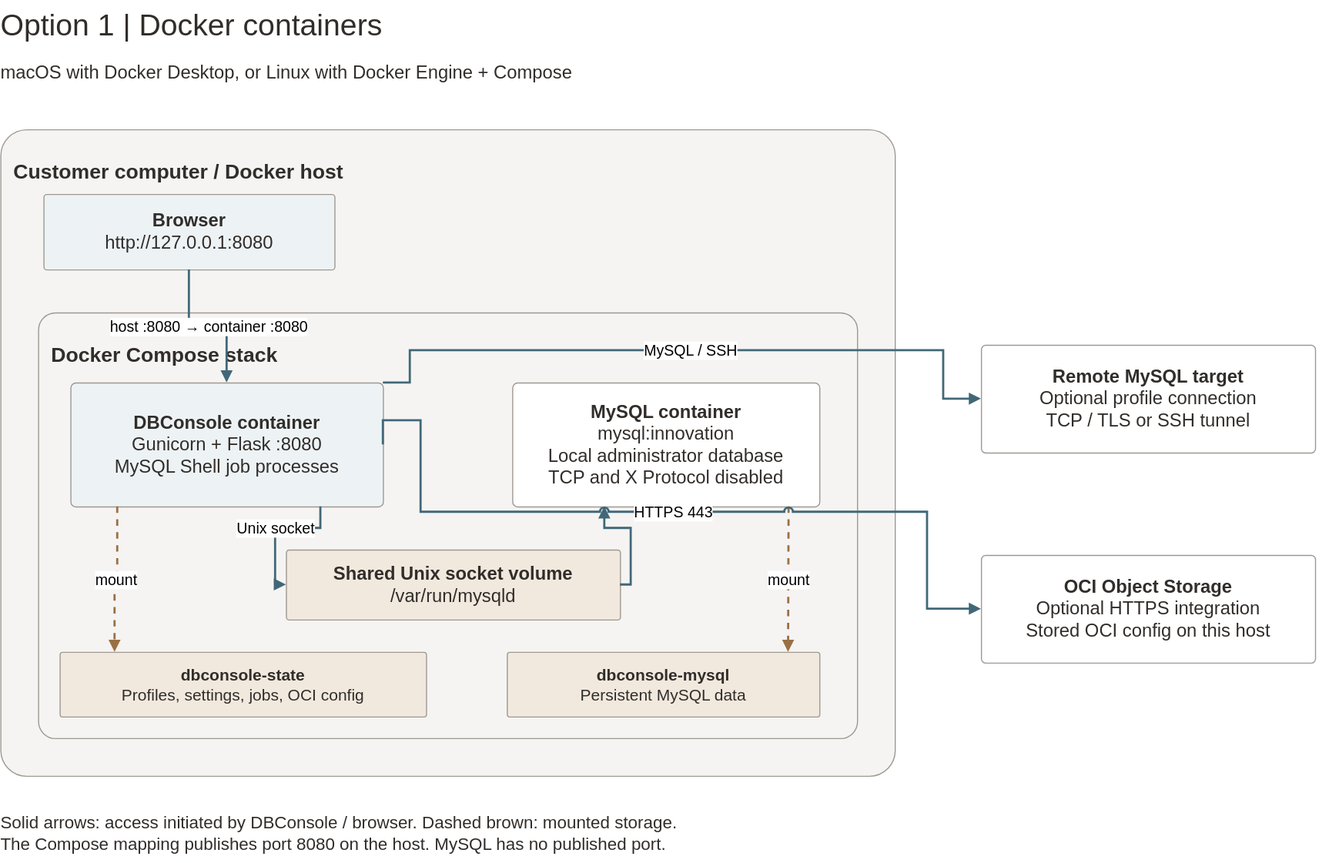
ivanxma/mysqlconsole keeps this draw.io diagram as docs/diagrams/architecture-docker.svg. Above is the earlier version. Source tidied: cells renumbered, new cells last; positions are measured from the earlier drawing's top-left corner, leaving out a move shared by most shapes. Source of this version:
```xml
<mxGraphModel background="#ffffff">
  <root>
    <mxCell id="0" />
    <mxCell id="1" parent="0" />
    <mxCell id="2" value="Option 1  |  Docker containers" style="rounded=1;arcSize=4;whiteSpace=wrap;html=1;fontFamily=Helvetica;fontSize=17;fontColor=#312D2A;fillColor=#FFFFFF;strokeColor=#9E9892;spacing=12;fillColor=none;strokeColor=none;align=left;spacing=0;fontSize=28;" parent="1" vertex="1">
      <mxGeometry width="1240" height="45" as="geometry" />
    </mxCell>
    <mxCell id="3" value="macOS with Docker Desktop, or Linux with Docker Engine + Compose" style="rounded=1;arcSize=4;whiteSpace=wrap;html=1;fontFamily=Helvetica;fontSize=17;fontColor=#312D2A;fillColor=#FFFFFF;strokeColor=#9E9892;spacing=12;fillColor=none;strokeColor=none;align=left;spacing=0;fontSize=17;" parent="1" vertex="1">
      <mxGeometry y="50" width="1240" height="35" as="geometry" />
    </mxCell>
    <mxCell id="4" value="&lt;b&gt;Customer computer / Docker host&lt;/b&gt;" style="rounded=1;arcSize=4;whiteSpace=wrap;html=1;fontFamily=Helvetica;fontSize=17;fontColor=#312D2A;fillColor=#FFFFFF;strokeColor=#9E9892;spacing=12;fillColor=#F5F4F2;verticalAlign=top;align=left;spacingTop=12;fontSize=19;" parent="1" vertex="1">
      <mxGeometry y="120" width="830" height="600" as="geometry" />
    </mxCell>
    <mxCell id="5" value="&lt;b&gt;Browser&lt;/b&gt;&lt;br&gt;http://127.0.0.1:8080" style="rounded=1;arcSize=4;whiteSpace=wrap;html=1;fontFamily=Helvetica;fontSize=17;fontColor=#312D2A;fillColor=#FFFFFF;strokeColor=#9E9892;spacing=12;fillColor=#EDF3F5;" parent="4" vertex="1">
      <mxGeometry x="40" y="60" width="270" height="70" as="geometry" />
    </mxCell>
    <mxCell id="6" value="&lt;b&gt;Docker Compose stack&lt;/b&gt;" style="rounded=1;arcSize=4;whiteSpace=wrap;html=1;fontFamily=Helvetica;fontSize=17;fontColor=#312D2A;fillColor=#FFFFFF;strokeColor=#9E9892;spacing=12;fillColor=#F5F4F2;verticalAlign=top;align=left;spacingTop=12;fontSize=19;" parent="4" vertex="1">
      <mxGeometry x="35" y="170" width="760" height="395" as="geometry" />
    </mxCell>
    <mxCell id="7" value="&lt;b&gt;DBConsole container&lt;/b&gt;&lt;br&gt;Gunicorn + Flask :8080&lt;br&gt;MySQL Shell job processes" style="rounded=1;arcSize=4;whiteSpace=wrap;html=1;fontFamily=Helvetica;fontSize=17;fontColor=#312D2A;fillColor=#FFFFFF;strokeColor=#9E9892;spacing=12;fillColor=#EDF3F5;" parent="6" vertex="1">
      <mxGeometry x="30" y="65" width="290" height="115" as="geometry" />
    </mxCell>
    <mxCell id="8" value="&lt;b&gt;MySQL container&lt;/b&gt;&lt;br&gt;mysql:innovation&lt;br&gt;Local administrator database&lt;br&gt;TCP and X Protocol disabled" style="rounded=1;arcSize=4;whiteSpace=wrap;html=1;fontFamily=Helvetica;fontSize=17;fontColor=#312D2A;fillColor=#FFFFFF;strokeColor=#9E9892;spacing=12;" parent="6" vertex="1">
      <mxGeometry x="440" y="65" width="285" height="115" as="geometry" />
    </mxCell>
    <mxCell id="9" value="&lt;b&gt;Shared Unix socket volume&lt;/b&gt;&lt;br&gt;/var/run/mysqld" style="rounded=1;arcSize=4;whiteSpace=wrap;html=1;fontFamily=Helvetica;fontSize=17;fontColor=#312D2A;fillColor=#FFFFFF;strokeColor=#9E9892;spacing=12;fillColor=#F1E9DE;" parent="6" vertex="1">
      <mxGeometry x="230" y="220" width="310" height="65" as="geometry" />
    </mxCell>
    <mxCell id="10" value="&lt;b&gt;dbconsole-state&lt;/b&gt;&lt;br&gt;Profiles, settings, jobs, OCI config" style="rounded=1;arcSize=4;whiteSpace=wrap;html=1;fontFamily=Helvetica;fontSize=17;fontColor=#312D2A;fillColor=#FFFFFF;strokeColor=#9E9892;spacing=12;fillColor=#F1E9DE;fontSize=15;" parent="6" vertex="1">
      <mxGeometry x="20" y="315" width="340" height="60" as="geometry" />
    </mxCell>
    <mxCell id="11" value="&lt;b&gt;dbconsole-mysql&lt;/b&gt;&lt;br&gt;Persistent MySQL data" style="rounded=1;arcSize=4;whiteSpace=wrap;html=1;fontFamily=Helvetica;fontSize=17;fontColor=#312D2A;fillColor=#FFFFFF;strokeColor=#9E9892;spacing=12;fillColor=#F1E9DE;fontSize=15;" parent="6" vertex="1">
      <mxGeometry x="435" y="315" width="290" height="60" as="geometry" />
    </mxCell>
    <mxCell id="12" value="&lt;b&gt;Remote MySQL target&lt;/b&gt;&lt;br&gt;Optional profile connection&lt;br&gt;TCP / TLS or SSH tunnel" style="rounded=1;arcSize=4;whiteSpace=wrap;html=1;fontFamily=Helvetica;fontSize=17;fontColor=#312D2A;fillColor=#FFFFFF;strokeColor=#9E9892;spacing=12;" parent="1" vertex="1">
      <mxGeometry x="910" y="320" width="310" height="100" as="geometry" />
    </mxCell>
    <mxCell id="13" value="&lt;b&gt;OCI Object Storage&lt;/b&gt;&lt;br&gt;Optional HTTPS integration&lt;br&gt;Stored OCI config on this host" style="rounded=1;arcSize=4;whiteSpace=wrap;html=1;fontFamily=Helvetica;fontSize=17;fontColor=#312D2A;fillColor=#FFFFFF;strokeColor=#9E9892;spacing=12;" parent="1" vertex="1">
      <mxGeometry x="910" y="515" width="310" height="100" as="geometry" />
    </mxCell>
    <mxCell id="14" value="host :8080 → container :8080" style="edgeStyle=orthogonalEdgeStyle;rounded=0;jumpStyle=arc;html=1;endArrow=block;strokeWidth=2;strokeColor=#416878;fontFamily=Helvetica;fontSize=14;labelBackgroundColor=#FFFFFF;exitX=0.5;exitY=1;entryX=0.5;entryY=0;" parent="1" edge="1" source="5" target="7">
      <mxGeometry relative="1" as="geometry" />
    </mxCell>
    <mxCell id="15" value="Unix socket" style="edgeStyle=orthogonalEdgeStyle;rounded=0;jumpStyle=arc;html=1;endArrow=block;strokeWidth=2;strokeColor=#416878;fontFamily=Helvetica;fontSize=14;labelBackgroundColor=#FFFFFF;exitX=0.8;exitY=1;entryX=0;entryY=0.5;" parent="1" edge="1" source="7" target="9">
      <mxGeometry relative="1" as="geometry" />
    </mxCell>
    <mxCell id="16" style="edgeStyle=orthogonalEdgeStyle;rounded=0;jumpStyle=arc;html=1;endArrow=block;strokeWidth=2;strokeColor=#416878;fontFamily=Helvetica;fontSize=14;labelBackgroundColor=#FFFFFF;exitX=1;exitY=0.5;entryX=0.3;entryY=1;" parent="1" edge="1" source="9" target="8">
      <mxGeometry relative="1" as="geometry" />
    </mxCell>
    <mxCell id="17" value="mount" style="edgeStyle=orthogonalEdgeStyle;rounded=0;jumpStyle=arc;html=1;endArrow=block;strokeWidth=2;strokeColor=#416878;fontFamily=Helvetica;fontSize=14;labelBackgroundColor=#FFFFFF;dashed=1;strokeColor=#9A7045;exitX=0.15;exitY=1;entryX=0.15;entryY=0;" parent="1" edge="1" source="7" target="10">
      <mxGeometry relative="1" as="geometry" />
    </mxCell>
    <mxCell id="18" value="mount" style="edgeStyle=orthogonalEdgeStyle;rounded=0;jumpStyle=arc;html=1;endArrow=block;strokeWidth=2;strokeColor=#416878;fontFamily=Helvetica;fontSize=14;labelBackgroundColor=#FFFFFF;dashed=1;strokeColor=#9A7045;exitX=0.9;exitY=1;entryX=0.9;entryY=0;" parent="1" edge="1" source="8" target="11">
      <mxGeometry relative="1" as="geometry" />
    </mxCell>
    <mxCell id="19" value="MySQL / SSH" style="edgeStyle=orthogonalEdgeStyle;rounded=0;jumpStyle=arc;html=1;endArrow=block;strokeWidth=2;strokeColor=#416878;fontFamily=Helvetica;fontSize=14;labelBackgroundColor=#FFFFFF;exitX=1;exitY=0;entryX=0;entryY=0.5;" parent="1" edge="1" source="7" target="12">
      <mxGeometry relative="1" as="geometry">
        <Array as="points">
          <mxPoint x="380" y="325" />
          <mxPoint x="875" y="325" />
          <mxPoint x="875" y="370" />
        </Array>
      </mxGeometry>
    </mxCell>
    <mxCell id="20" value="HTTPS 443" style="edgeStyle=orthogonalEdgeStyle;rounded=0;jumpStyle=arc;html=1;endArrow=block;strokeWidth=2;strokeColor=#416878;fontFamily=Helvetica;fontSize=14;labelBackgroundColor=#FFFFFF;exitX=1;exitY=0.5;entryX=0;entryY=0.5;" parent="1" edge="1" source="7" target="13">
      <mxGeometry relative="1" as="geometry">
        <Array as="points">
          <mxPoint x="390" y="390" />
          <mxPoint x="390" y="475" />
          <mxPoint x="860" y="475" />
          <mxPoint x="860" y="565" />
        </Array>
      </mxGeometry>
    </mxCell>
    <mxCell id="21" value="Solid arrows: access initiated by DBConsole / browser. Dashed brown: mounted storage.&lt;br&gt;The Compose mapping publishes port 8080 on the host. MySQL has no published port." style="rounded=1;arcSize=4;whiteSpace=wrap;html=1;fontFamily=Helvetica;fontSize=17;fontColor=#312D2A;fillColor=#FFFFFF;strokeColor=#9E9892;spacing=12;fillColor=none;strokeColor=none;align=left;spacing=0;fontSize=16;" parent="1" vertex="1">
      <mxGeometry y="745" width="1220" height="55" as="geometry" />
    </mxCell>
  </root>
</mxGraphModel>
```
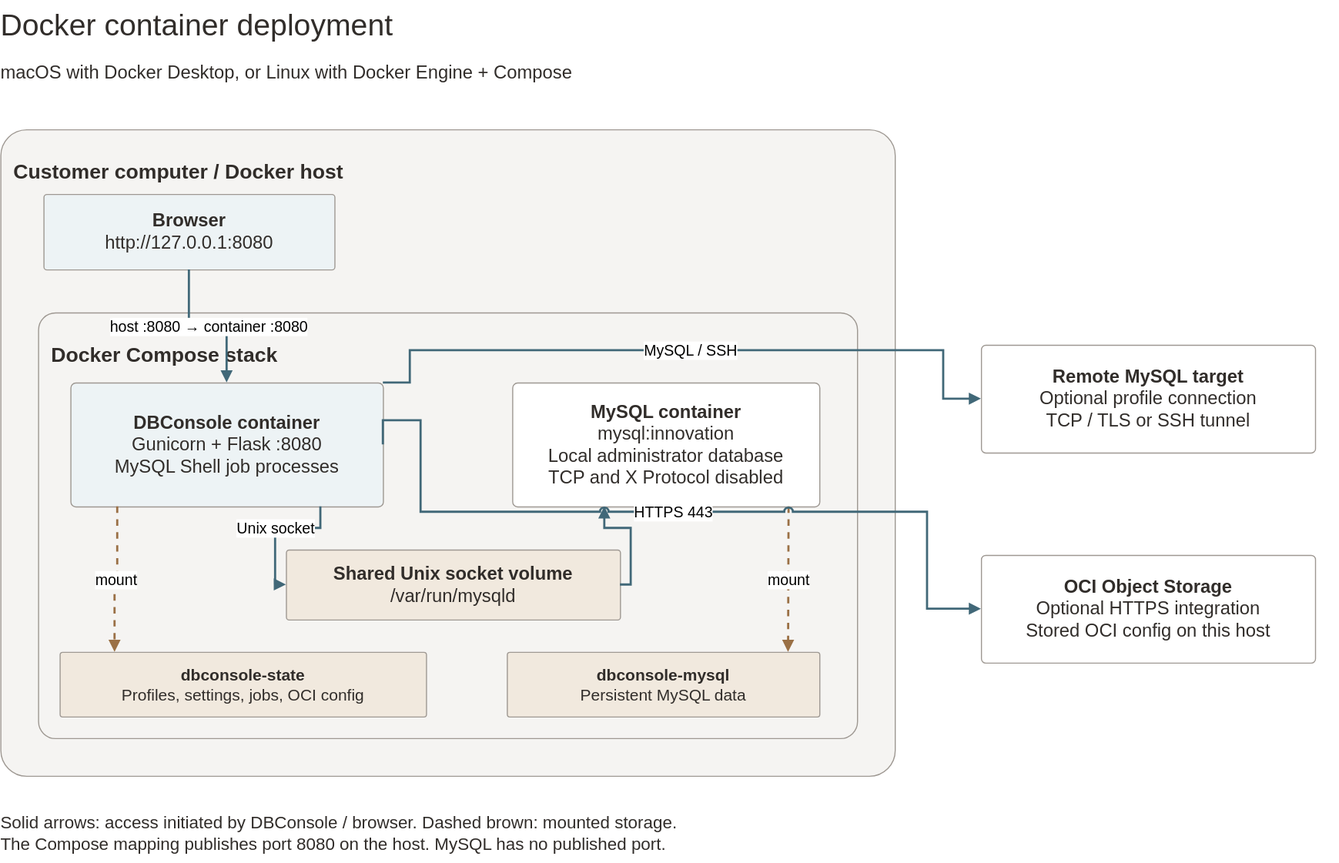
After the change.

Commit message:
docs: remove conflicting deployment option numbers

Diff of the diagram source:
```diff
@@ -2,7 +2,7 @@
   <root>
     <mxCell id="0" />
     <mxCell id="1" parent="0" />
-    <mxCell id="2" value="Option 1  |  Docker containers" style="rounded=1;arcSize=4;whiteSpace=wrap;html=1;fontFamily=Helvetica;fontSize=17;fontColor=#312D2A;fillColor=#FFFFFF;strokeColor=#9E9892;spacing=12;fillColor=none;strokeColor=none;align=left;spacing=0;fontSize=28;" parent="1" vertex="1">
+    <mxCell id="2" value="Docker container deployment" style="rounded=1;arcSize=4;whiteSpace=wrap;html=1;fontFamily=Helvetica;fontSize=17;fontColor=#312D2A;fillColor=#FFFFFF;strokeColor=#9E9892;spacing=12;fillColor=none;strokeColor=none;align=left;spacing=0;fontSize=28;" parent="1" vertex="1">
       <mxGeometry width="1240" height="45" as="geometry" />
     </mxCell>
     <mxCell id="3" value="macOS with Docker Desktop, or Linux with Docker Engine + Compose" style="rounded=1;arcSize=4;whiteSpace=wrap;html=1;fontFamily=Helvetica;fontSize=17;fontColor=#312D2A;fillColor=#FFFFFF;strokeColor=#9E9892;spacing=12;fillColor=none;strokeColor=none;align=left;spacing=0;fontSize=17;" parent="1" vertex="1">
```
